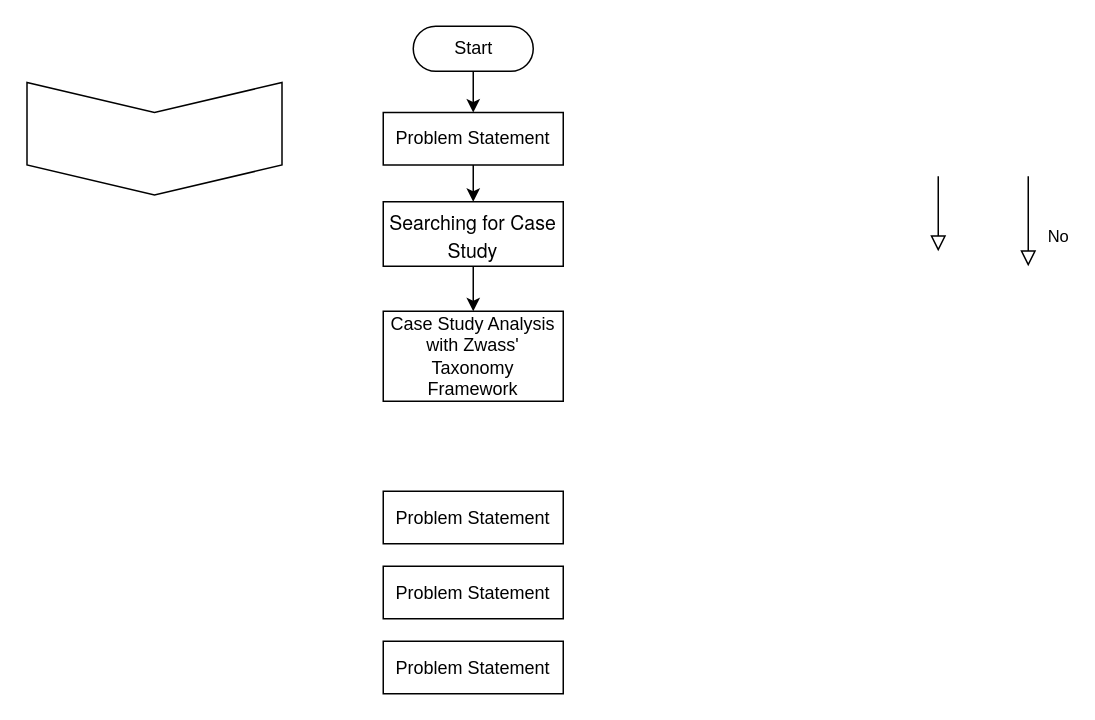
Earlier version of the draw.io diagram Untitled Diagram.drawio (ilmi24/tugas_MR20). Source tidied: cells renumbered, new cells numbered last; positions are measured from the earlier drawing's top-left corner, leaving out a move shared by most shapes. Both pictures are drawn from the tidied source at 150%, with x=0, y=0 at pixel (98, 10).
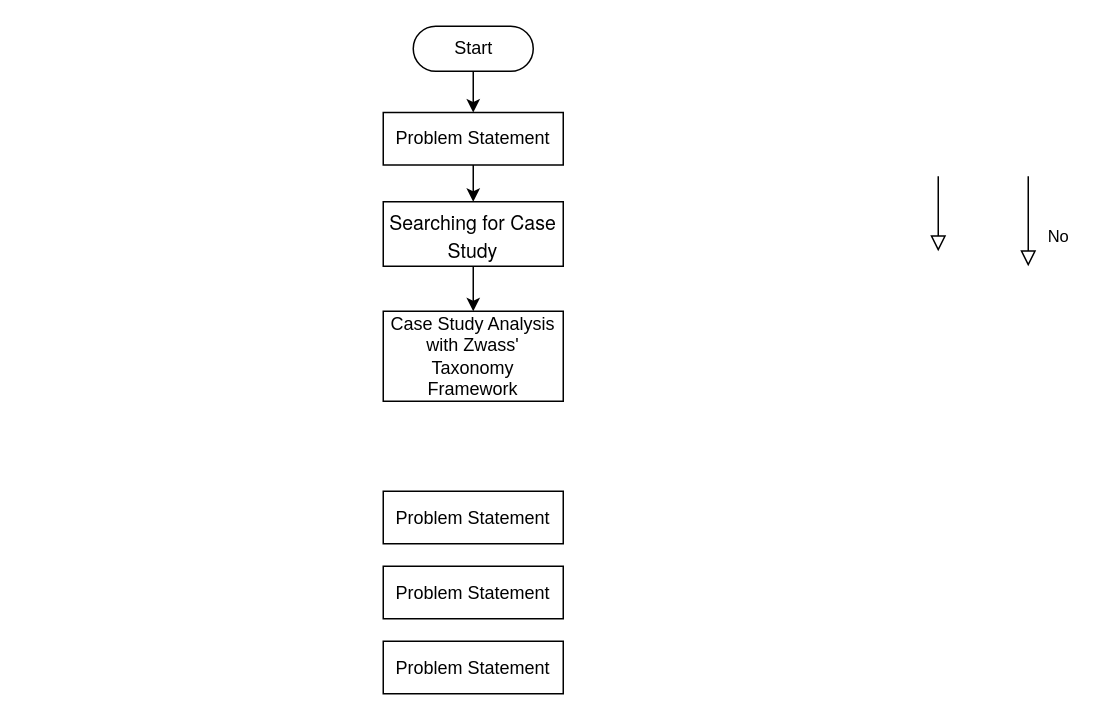
The same diagram, later.

Diff of the diagram source:
```diff
@@
 <mxGraphModel>
   <root>
     <mxCell id="0" />
     <mxCell id="1" parent="0" />
     <mxCell id="2" style="rounded=0;html=1;jettySize=auto;orthogonalLoop=1;fontSize=11;endArrow=block;endFill=0;endSize=8;strokeWidth=1;shadow=0;labelBackgroundColor=none;edgeStyle=orthogonalEdgeStyle;" parent="1" edge="1">
       <mxGeometry relative="1" as="geometry">
         <mxPoint x="560" y="110" as="sourcePoint" />
         <mxPoint x="560" y="160" as="targetPoint" />
       </mxGeometry>
     </mxCell>
     <mxCell id="3" value="No" style="rounded=0;html=1;jettySize=auto;orthogonalLoop=1;fontSize=11;endArrow=block;endFill=0;endSize=8;strokeWidth=1;shadow=0;labelBackgroundColor=none;edgeStyle=orthogonalEdgeStyle;" parent="1" edge="1">
       <mxGeometry x="0.33" y="20" relative="1" as="geometry">
         <mxPoint x="620" y="110" as="sourcePoint" />
         <mxPoint x="620" y="170" as="targetPoint" />
       </mxGeometry>
     </mxCell>
-    <mxCell id="4" style="shape=step;perimeter=stepPerimeter;whiteSpace=wrap;html=1;fixedSize=1;rotation=90;" parent="1" vertex="1">
-      <mxGeometry width="75" height="170" as="geometry" />
-    </mxCell>
     <mxCell id="5" style="edgeStyle=orthogonalEdgeStyle;rounded=0;jettySize=auto;html=1;exitX=0.5;exitY=0.5;exitDx=0;exitDy=15;exitPerimeter=0;entryX=0.5;entryY=0;entryDx=0;entryDy=0;" parent="1" edge="1" source="6" target="8">
       <mxGeometry relative="1" as="geometry" />
     </mxCell>
     <mxCell id="6" value="Start" style="html=1;dashed=0;whitespace=wrap;shape=mxgraph.dfd.start;" parent="1" vertex="1">
       <mxGeometry x="210" y="10" width="80" height="30" as="geometry" />
     </mxCell>
     <mxCell id="7" style="edgeStyle=orthogonalEdgeStyle;rounded=0;jettySize=auto;html=1;exitX=0.5;exitY=1;exitDx=0;exitDy=0;entryX=0.5;entryY=0;entryDx=0;entryDy=0;" parent="1" edge="1" source="8" target="10">
       <mxGeometry relative="1" as="geometry" />
     </mxCell>
     <mxCell id="8" value="Problem Statement" style="rounded=0;whiteSpace=wrap;html=1;" parent="1" vertex="1">
       <mxGeometry x="190" y="67.5" width="120" height="35" as="geometry" />
     </mxCell>
     <mxCell id="9" style="edgeStyle=orthogonalEdgeStyle;rounded=0;jettySize=auto;html=1;exitX=0.5;exitY=1;exitDx=0;exitDy=0;entryX=0.5;entryY=0;entryDx=0;entryDy=0;" parent="1" edge="1" source="10" target="11">
       <mxGeometry relative="1" as="geometry" />
     </mxCell>
     <mxCell id="10" value="&lt;p style=&quot;margin: 0px; font-stretch: normal; font-size: 13px; line-height: normal; font-family: &amp;quot;Helvetica Neue&amp;quot;;&quot;&gt;Searching for Case Study&lt;/p&gt;" style="rounded=0;whiteSpace=wrap;html=1;" parent="1" vertex="1">
       <mxGeometry x="190" y="127" width="120" height="43" as="geometry" />
     </mxCell>
     <mxCell id="11" value="Case Study Analysis with Zwass' Taxonomy Framework" style="rounded=0;whiteSpace=wrap;html=1;" parent="1" vertex="1">
       <mxGeometry x="190" y="200" width="120" height="60" as="geometry" />
     </mxCell>
     <mxCell id="12" value="Problem Statement" style="rounded=0;whiteSpace=wrap;html=1;" parent="1" vertex="1">
       <mxGeometry x="190" y="320" width="120" height="35" as="geometry" />
     </mxCell>
     <mxCell id="13" value="Problem Statement" style="rounded=0;whiteSpace=wrap;html=1;" parent="1" vertex="1">
       <mxGeometry x="190" y="370" width="120" height="35" as="geometry" />
     </mxCell>
     <mxCell id="14" value="Problem Statement" style="rounded=0;whiteSpace=wrap;html=1;" parent="1" vertex="1">
       <mxGeometry x="190" y="420" width="120" height="35" as="geometry" />
     </mxCell>
   </root>
 </mxGraphModel>
```
